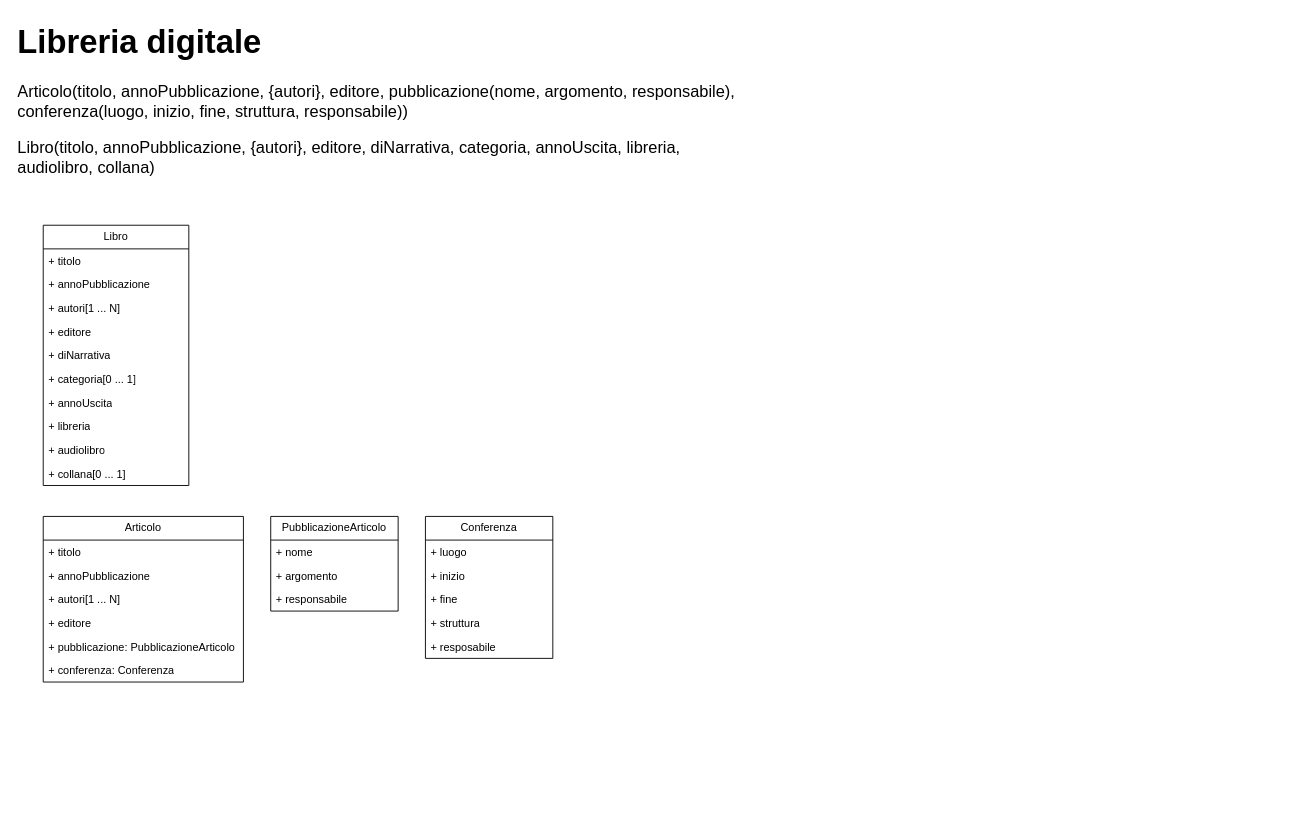
Gabbinetto/draw.io-diagrams keeps this draw.io diagram as database/esercitazione1.drawio. Above is the earlier version. Source tidied: cells renumbered, new cells numbered last; positions are measured from the earlier drawing's top-left corner, leaving out a move shared by most shapes. Both pictures are drawn from the tidied source at 91%, with x=0, y=0 at pixel (15, 15).
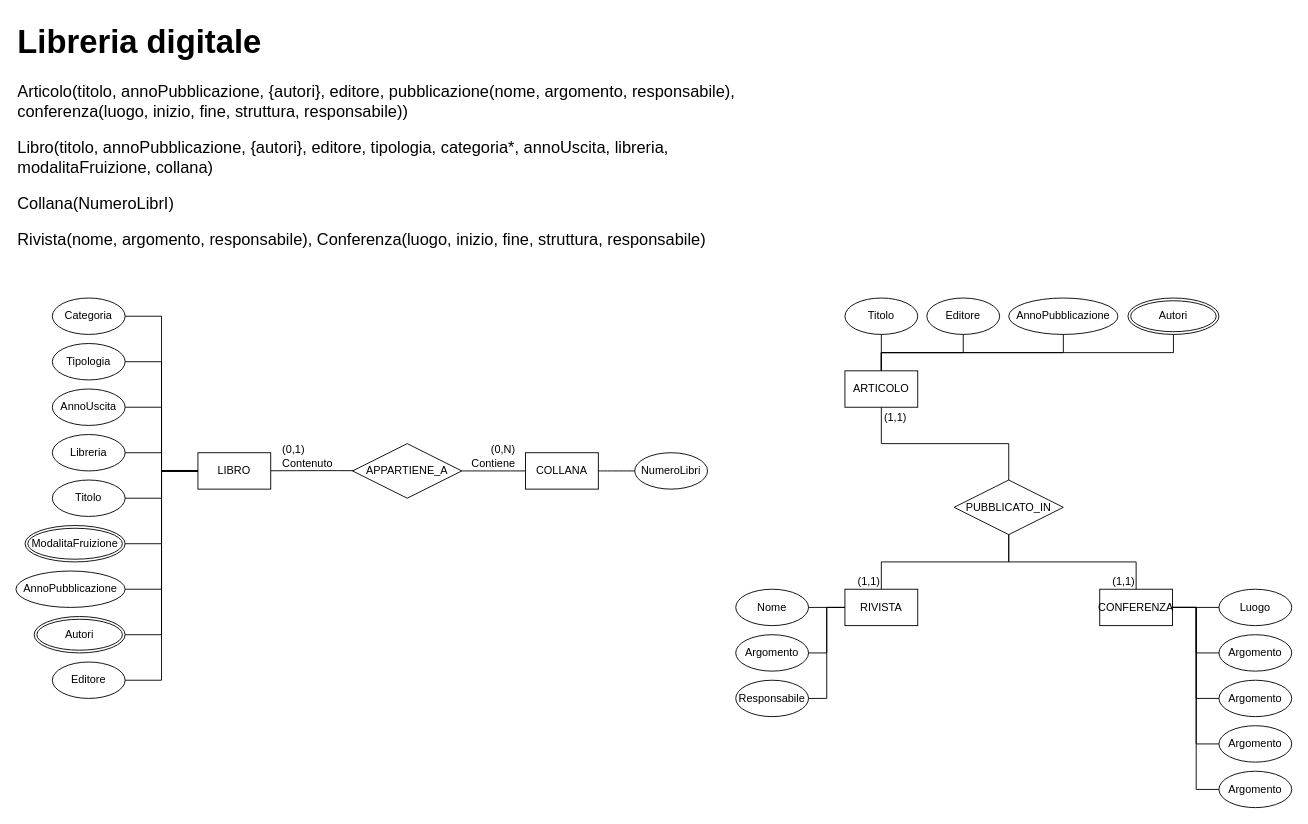
After the change.

The edit, as a diff of the source:
```diff
@@
-    <mxCell id="2" value="&lt;h1 style=&quot;margin-top: 0px;&quot;&gt;Libreria digitale&lt;/h1&gt;&lt;p&gt;Articolo(titolo,&amp;nbsp;annoPubblicazione, {autori}, editore, pubblicazione(nome, argomento, responsabile), conferenza(luogo, inizio, fine, struttura, responsabile))&lt;/p&gt;&lt;p&gt;Libro(titolo, annoPubblicazione, {autori}, editore, diNarrativa, categoria, annoUscita, libreria, audiolibro, collana)&lt;/p&gt;" style="text;html=1;whiteSpace=wrap;overflow=hidden;rounded=0;fontSize=18;" parent="1" vertex="1">
-      <mxGeometry width="810" height="230" as="geometry" />
+    <mxCell id="2" value="&lt;h1 style=&quot;margin-top: 0px;&quot;&gt;Libreria digitale&lt;/h1&gt;&lt;p&gt;Articolo(titolo,&amp;nbsp;annoPubblicazione, {autori}, editore, pubblicazione(nome, argomento, responsabile), conferenza(luogo, inizio, fine, struttura, responsabile))&lt;/p&gt;&lt;p&gt;Libro(titolo, annoPubblicazione, {autori}, editore, tipologia, categoria*, annoUscita, libreria, modalitaFruizione, collana)&lt;/p&gt;&lt;p&gt;Collana(NumeroLibrI)&lt;/p&gt;&lt;p&gt;Rivista(nome, argomento, responsabile), Conferenza(luogo, inizio, fine, struttura, responsabile)&lt;/p&gt;" style="text;html=1;whiteSpace=wrap;overflow=hidden;rounded=0;fontSize=18;" parent="1" vertex="1">
+      <mxGeometry width="810" height="260" as="geometry" />
     </mxCell>
-    <mxCell id="3" value="&lt;div&gt;Libro&lt;/div&gt;" style="swimlane;fontStyle=0;horizontal=1;startSize=26;fillColor=none;whiteSpace=wrap;html=1;" parent="1" vertex="1">
-      <mxGeometry x="30" y="230" width="160" height="286" as="geometry" />
-    </mxCell>
-    <mxCell id="4" value="&lt;div&gt;+ titolo&lt;/div&gt;" style="text;strokeColor=none;fillColor=none;align=left;verticalAlign=top;spacingLeft=4;spacingRight=4;overflow=hidden;whiteSpace=wrap;html=1;" parent="3" vertex="1">
-      <mxGeometry y="26" width="160" height="26" as="geometry" />
-    </mxCell>
-    <mxCell id="5" value="&lt;div&gt;+ annoPubblicazione&lt;/div&gt;" style="text;strokeColor=none;fillColor=none;align=left;verticalAlign=top;spacingLeft=4;spacingRight=4;overflow=hidden;whiteSpace=wrap;html=1;" parent="3" vertex="1">
-      <mxGeometry y="52" width="160" height="26" as="geometry" />
-    </mxCell>
-    <mxCell id="6" value="&lt;div&gt;+ autori[1 ... N]&lt;/div&gt;" style="text;strokeColor=none;fillColor=none;align=left;verticalAlign=top;spacingLeft=4;spacingRight=4;overflow=hidden;whiteSpace=wrap;html=1;" parent="3" vertex="1">
-      <mxGeometry y="78" width="160" height="26" as="geometry" />
-    </mxCell>
-    <mxCell id="7" value="+ editore" style="text;strokeColor=none;fillColor=none;align=left;verticalAlign=top;spacingLeft=4;spacingRight=4;overflow=hidden;whiteSpace=wrap;html=1;" parent="3" vertex="1">
-      <mxGeometry y="104" width="160" height="26" as="geometry" />
-    </mxCell>
-    <mxCell id="8" value="+ diNarrativa" style="text;strokeColor=none;fillColor=none;align=left;verticalAlign=top;spacingLeft=4;spacingRight=4;overflow=hidden;whiteSpace=wrap;html=1;" parent="3" vertex="1">
-      <mxGeometry y="130" width="160" height="26" as="geometry" />
-    </mxCell>
-    <mxCell id="9" value="+ categoria[0 ... 1]" style="text;strokeColor=none;fillColor=none;align=left;verticalAlign=top;spacingLeft=4;spacingRight=4;overflow=hidden;whiteSpace=wrap;html=1;" parent="3" vertex="1">
-      <mxGeometry y="156" width="160" height="26" as="geometry" />
-    </mxCell>
-    <mxCell id="10" value="+ annoUscita" style="text;strokeColor=none;fillColor=none;align=left;verticalAlign=top;spacingLeft=4;spacingRight=4;overflow=hidden;whiteSpace=wrap;html=1;" parent="3" vertex="1">
-      <mxGeometry y="182" width="160" height="26" as="geometry" />
-    </mxCell>
-    <mxCell id="11" value="&lt;div&gt;+ libreria&lt;/div&gt;" style="text;strokeColor=none;fillColor=none;align=left;verticalAlign=top;spacingLeft=4;spacingRight=4;overflow=hidden;whiteSpace=wrap;html=1;" parent="3" vertex="1">
-      <mxGeometry y="208" width="160" height="26" as="geometry" />
-    </mxCell>
-    <mxCell id="12" value="+ audiolibro" style="text;strokeColor=none;fillColor=none;align=left;verticalAlign=top;spacingLeft=4;spacingRight=4;overflow=hidden;whiteSpace=wrap;html=1;" parent="3" vertex="1">
-      <mxGeometry y="234" width="160" height="26" as="geometry" />
-    </mxCell>
-    <mxCell id="13" value="+ collana[0 ... 1]" style="text;strokeColor=none;fillColor=none;align=left;verticalAlign=top;spacingLeft=4;spacingRight=4;overflow=hidden;whiteSpace=wrap;html=1;" parent="3" vertex="1">
-      <mxGeometry y="260" width="160" height="26" as="geometry" />
-    </mxCell>
-    <mxCell id="14" value="&lt;div&gt;Articolo&lt;/div&gt;" style="swimlane;fontStyle=0;horizontal=1;startSize=26;fillColor=none;whiteSpace=wrap;html=1;" parent="1" vertex="1">
-      <mxGeometry x="30" y="550" width="220" height="182" as="geometry" />
-    </mxCell>
-    <mxCell id="15" value="+ titolo" style="text;strokeColor=none;fillColor=none;align=left;verticalAlign=top;spacingLeft=4;spacingRight=4;overflow=hidden;whiteSpace=wrap;html=1;" parent="14" vertex="1">
-      <mxGeometry y="26" width="220" height="26" as="geometry" />
-    </mxCell>
-    <mxCell id="16" value="+ annoPubblicazione" style="text;strokeColor=none;fillColor=none;align=left;verticalAlign=top;spacingLeft=4;spacingRight=4;overflow=hidden;whiteSpace=wrap;html=1;" parent="14" vertex="1">
-      <mxGeometry y="52" width="220" height="26" as="geometry" />
-    </mxCell>
-    <mxCell id="17" value="+ autori[1 ... N]" style="text;strokeColor=none;fillColor=none;align=left;verticalAlign=top;spacingLeft=4;spacingRight=4;overflow=hidden;whiteSpace=wrap;html=1;" parent="14" vertex="1">
-      <mxGeometry y="78" width="220" height="26" as="geometry" />
-    </mxCell>
-    <mxCell id="18" value="+ editore" style="text;strokeColor=none;fillColor=none;align=left;verticalAlign=top;spacingLeft=4;spacingRight=4;overflow=hidden;whiteSpace=wrap;html=1;" parent="14" vertex="1">
-      <mxGeometry y="104" width="220" height="26" as="geometry" />
-    </mxCell>
-    <mxCell id="19" value="+ pubblicazione: PubblicazioneArticolo" style="text;strokeColor=none;fillColor=none;align=left;verticalAlign=top;spacingLeft=4;spacingRight=4;overflow=hidden;whiteSpace=wrap;html=1;" parent="14" vertex="1">
-      <mxGeometry y="130" width="220" height="26" as="geometry" />
-    </mxCell>
-    <mxCell id="20" value="+ conferenza: Conferenza" style="text;strokeColor=none;fillColor=none;align=left;verticalAlign=top;spacingLeft=4;spacingRight=4;overflow=hidden;whiteSpace=wrap;html=1;" parent="14" vertex="1">
-      <mxGeometry y="156" width="220" height="26" as="geometry" />
-    </mxCell>
-    <mxCell id="21" value="PubblicazioneArticolo" style="swimlane;fontStyle=0;horizontal=1;startSize=26;fillColor=none;whiteSpace=wrap;html=1;" parent="1" vertex="1">
-      <mxGeometry x="280" y="550" width="140" height="104" as="geometry" />
-    </mxCell>
-    <mxCell id="22" value="+ nome" style="text;strokeColor=none;fillColor=none;align=left;verticalAlign=top;spacingLeft=4;spacingRight=4;overflow=hidden;whiteSpace=wrap;html=1;" parent="21" vertex="1">
-      <mxGeometry y="26" width="140" height="26" as="geometry" />
-    </mxCell>
-    <mxCell id="23" value="+ argomento" style="text;strokeColor=none;fillColor=none;align=left;verticalAlign=top;spacingLeft=4;spacingRight=4;overflow=hidden;whiteSpace=wrap;html=1;" parent="21" vertex="1">
-      <mxGeometry y="52" width="140" height="26" as="geometry" />
-    </mxCell>
-    <mxCell id="24" value="+ responsabile" style="text;strokeColor=none;fillColor=none;align=left;verticalAlign=top;spacingLeft=4;spacingRight=4;overflow=hidden;whiteSpace=wrap;html=1;" parent="21" vertex="1">
-      <mxGeometry y="78" width="140" height="26" as="geometry" />
-    </mxCell>
-    <mxCell id="25" value="Conferenza" style="swimlane;fontStyle=0;horizontal=1;startSize=26;fillColor=none;whiteSpace=wrap;html=1;" parent="1" vertex="1">
-      <mxGeometry x="450" y="550" width="140" height="156" as="geometry" />
-    </mxCell>
-    <mxCell id="26" value="&lt;div&gt;+ luogo&lt;/div&gt;" style="text;strokeColor=none;fillColor=none;align=left;verticalAlign=top;spacingLeft=4;spacingRight=4;overflow=hidden;whiteSpace=wrap;html=1;" parent="25" vertex="1">
-      <mxGeometry y="26" width="140" height="26" as="geometry" />
-    </mxCell>
-    <mxCell id="27" value="+ inizio" style="text;strokeColor=none;fillColor=none;align=left;verticalAlign=top;spacingLeft=4;spacingRight=4;overflow=hidden;whiteSpace=wrap;html=1;" parent="25" vertex="1">
-      <mxGeometry y="52" width="140" height="26" as="geometry" />
-    </mxCell>
-    <mxCell id="28" value="+ fine" style="text;strokeColor=none;fillColor=none;align=left;verticalAlign=top;spacingLeft=4;spacingRight=4;overflow=hidden;whiteSpace=wrap;html=1;" parent="25" vertex="1">
-      <mxGeometry y="78" width="140" height="26" as="geometry" />
-    </mxCell>
-    <mxCell id="29" value="+ struttura" style="text;strokeColor=none;fillColor=none;align=left;verticalAlign=top;spacingLeft=4;spacingRight=4;overflow=hidden;whiteSpace=wrap;html=1;" parent="25" vertex="1">
-      <mxGeometry y="104" width="140" height="26" as="geometry" />
-    </mxCell>
-    <mxCell id="30" value="+ resposabile" style="text;strokeColor=none;fillColor=none;align=left;verticalAlign=top;spacingLeft=4;spacingRight=4;overflow=hidden;whiteSpace=wrap;html=1;" parent="25" vertex="1">
-      <mxGeometry y="130" width="140" height="26" as="geometry" />
-    </mxCell>
+    <mxCell id="31" value="LIBRO" style="whiteSpace=wrap;html=1;align=center;" parent="1" vertex="1">
+      <mxGeometry x="200" y="480" width="80" height="40" as="geometry" />
+    </mxCell>
+    <mxCell id="32" value="ARTICOLO" style="whiteSpace=wrap;html=1;align=center;" parent="1" vertex="1">
+      <mxGeometry x="911" y="390" width="80" height="40" as="geometry" />
+    </mxCell>
+    <mxCell id="33" value="Titolo" style="ellipse;whiteSpace=wrap;html=1;align=center;" parent="1" vertex="1">
+      <mxGeometry x="40" y="510" width="80" height="40" as="geometry" />
+    </mxCell>
+    <mxCell id="34" value="AnnoPubblicazione" style="ellipse;whiteSpace=wrap;html=1;align=center;" parent="1" vertex="1">
+      <mxGeometry y="610" width="120" height="40" as="geometry" />
+    </mxCell>
+    <mxCell id="35" value="Autori" style="ellipse;shape=doubleEllipse;margin=3;whiteSpace=wrap;html=1;align=center;" parent="1" vertex="1">
+      <mxGeometry x="20" y="660" width="100" height="40" as="geometry" />
+    </mxCell>
+    <mxCell id="36" value="Editore" style="ellipse;whiteSpace=wrap;html=1;align=center;" parent="1" vertex="1">
+      <mxGeometry x="40" y="710" width="80" height="40" as="geometry" />
+    </mxCell>
+    <mxCell id="37" value="Tipologia" style="ellipse;whiteSpace=wrap;html=1;align=center;" parent="1" vertex="1">
+      <mxGeometry x="40" y="360" width="80" height="40" as="geometry" />
+    </mxCell>
+    <mxCell id="38" value="Categoria" style="ellipse;whiteSpace=wrap;html=1;align=center;" parent="1" vertex="1">
+      <mxGeometry x="40" y="310" width="80" height="40" as="geometry" />
+    </mxCell>
+    <mxCell id="39" value="AnnoUscita" style="ellipse;whiteSpace=wrap;html=1;align=center;" parent="1" vertex="1">
+      <mxGeometry x="40" y="410" width="80" height="40" as="geometry" />
+    </mxCell>
+    <mxCell id="40" value="Libreria" style="ellipse;whiteSpace=wrap;html=1;align=center;" parent="1" vertex="1">
+      <mxGeometry x="40" y="460" width="80" height="40" as="geometry" />
+    </mxCell>
+    <mxCell id="41" value="ModalitaFruizione" style="ellipse;shape=doubleEllipse;margin=3;whiteSpace=wrap;html=1;align=center;" parent="1" vertex="1">
+      <mxGeometry x="10" y="560" width="110" height="40" as="geometry" />
+    </mxCell>
+    <mxCell id="42" style="endArrow=none;html=1;rounded=0;fontSize=12;startSize=8;endSize=8;jumpStyle=none;flowAnimation=0;edgeStyle=elbowEdgeStyle;" parent="1" edge="1" source="38" target="31">
+      <mxGeometry relative="1" as="geometry" />
+    </mxCell>
+    <mxCell id="43" style="endArrow=none;html=1;rounded=0;fontSize=12;startSize=8;endSize=8;edgeStyle=elbowEdgeStyle;" parent="1" edge="1" source="37" target="31">
+      <mxGeometry relative="1" as="geometry" />
+    </mxCell>
+    <mxCell id="44" style="endArrow=none;html=1;rounded=0;fontSize=12;startSize=8;endSize=8;edgeStyle=elbowEdgeStyle;" parent="1" edge="1" source="40" target="31">
+      <mxGeometry relative="1" as="geometry" />
+    </mxCell>
+    <mxCell id="45" style="endArrow=none;html=1;rounded=0;fontSize=12;startSize=8;endSize=8;edgeStyle=elbowEdgeStyle;" parent="1" edge="1" source="39" target="31">
+      <mxGeometry relative="1" as="geometry" />
+    </mxCell>
+    <mxCell id="46" style="endArrow=none;html=1;rounded=0;fontSize=12;startSize=8;endSize=8;edgeStyle=elbowEdgeStyle;" parent="1" edge="1" source="33" target="31">
+      <mxGeometry relative="1" as="geometry" />
+    </mxCell>
+    <mxCell id="47" style="endArrow=none;html=1;rounded=0;fontSize=12;startSize=8;endSize=8;edgeStyle=elbowEdgeStyle;" parent="1" edge="1" source="41" target="31">
+      <mxGeometry relative="1" as="geometry" />
+    </mxCell>
+    <mxCell id="48" style="endArrow=none;html=1;rounded=0;fontSize=12;startSize=8;endSize=8;edgeStyle=elbowEdgeStyle;" parent="1" edge="1" source="34" target="31">
+      <mxGeometry relative="1" as="geometry" />
+    </mxCell>
+    <mxCell id="49" style="endArrow=none;html=1;rounded=0;fontSize=12;startSize=8;endSize=8;edgeStyle=elbowEdgeStyle;" parent="1" edge="1" source="35" target="31">
+      <mxGeometry relative="1" as="geometry" />
+    </mxCell>
+    <mxCell id="50" style="endArrow=none;html=1;rounded=0;fontSize=12;startSize=8;endSize=8;edgeStyle=elbowEdgeStyle;" parent="1" edge="1" source="36" target="31">
+      <mxGeometry relative="1" as="geometry" />
+    </mxCell>
+    <mxCell id="51" value="COLLANA" style="whiteSpace=wrap;html=1;align=center;" parent="1" vertex="1">
+      <mxGeometry x="560" y="480" width="80" height="40" as="geometry" />
+    </mxCell>
+    <mxCell id="52" value="NumeroLibri" style="ellipse;whiteSpace=wrap;html=1;align=center;" parent="1" vertex="1">
+      <mxGeometry x="680" y="480" width="80" height="40" as="geometry" />
+    </mxCell>
+    <mxCell id="53" value="APPARTIENE_A" style="shape=rhombus;perimeter=rhombusPerimeter;whiteSpace=wrap;html=1;align=center;" parent="1" vertex="1">
+      <mxGeometry x="370" y="470" width="120" height="60" as="geometry" />
+    </mxCell>
+    <mxCell id="54" style="endArrow=none;html=1;rounded=0;fontSize=12;startSize=8;endSize=8;curved=1;" parent="1" edge="1" source="31" target="53">
+      <mxGeometry relative="1" as="geometry">
+        <Array as="points">
+          <mxPoint x="340" y="499.6" />
+        </Array>
+      </mxGeometry>
+    </mxCell>
+    <mxCell id="55" value="(0,1)&lt;br&gt;Contenuto" style="html=1;whiteSpace=wrap;align=left;verticalAlign=bottom;" parent="54" vertex="1">
+      <mxGeometry x="1" relative="1" as="geometry">
+        <mxPoint x="-80" as="offset" />
+      </mxGeometry>
+    </mxCell>
+    <mxCell id="56" style="endArrow=none;html=1;rounded=0;fontSize=12;startSize=8;endSize=8;curved=1;" parent="1" edge="1" source="53" target="51">
+      <mxGeometry relative="1" as="geometry" />
+    </mxCell>
+    <mxCell id="57" value="(0,N)&lt;br&gt;Contiene" style="html=1;whiteSpace=wrap;align=right;verticalAlign=bottom;" parent="56" vertex="1">
+      <mxGeometry x="1" relative="1" as="geometry">
+        <mxPoint x="-10" as="offset" />
+      </mxGeometry>
+    </mxCell>
+    <mxCell id="58" style="endArrow=none;html=1;rounded=0;fontSize=12;startSize=8;endSize=8;curved=1;" parent="1" edge="1" source="51" target="52">
+      <mxGeometry relative="1" as="geometry" />
+    </mxCell>
+    <mxCell id="59" value="Titolo" style="ellipse;whiteSpace=wrap;html=1;align=center;" parent="1" vertex="1">
+      <mxGeometry x="911" y="310" width="80" height="40" as="geometry" />
+    </mxCell>
+    <mxCell id="60" value="AnnoPubblicazione" style="ellipse;whiteSpace=wrap;html=1;align=center;" parent="1" vertex="1">
+      <mxGeometry x="1091" y="310" width="120" height="40" as="geometry" />
+    </mxCell>
+    <mxCell id="61" value="Autori" style="ellipse;shape=doubleEllipse;margin=3;whiteSpace=wrap;html=1;align=center;" parent="1" vertex="1">
+      <mxGeometry x="1222" y="310" width="100" height="40" as="geometry" />
+    </mxCell>
+    <mxCell id="62" value="Editore" style="ellipse;whiteSpace=wrap;html=1;align=center;" parent="1" vertex="1">
+      <mxGeometry x="1001" y="310" width="80" height="40" as="geometry" />
+    </mxCell>
+    <mxCell id="63" style="endArrow=none;html=1;rounded=0;fontSize=12;startSize=8;endSize=8;edgeStyle=elbowEdgeStyle;elbow=vertical;" parent="1" edge="1" source="32" target="59">
+      <mxGeometry relative="1" as="geometry" />
+    </mxCell>
+    <mxCell id="64" style="endArrow=none;html=1;rounded=0;fontSize=12;startSize=8;endSize=8;edgeStyle=elbowEdgeStyle;elbow=vertical;" parent="1" edge="1" source="32" target="62">
+      <mxGeometry relative="1" as="geometry" />
+    </mxCell>
+    <mxCell id="65" style="endArrow=none;html=1;rounded=0;fontSize=12;startSize=8;endSize=8;edgeStyle=elbowEdgeStyle;elbow=vertical;" parent="1" edge="1" source="32" target="60">
+      <mxGeometry relative="1" as="geometry" />
+    </mxCell>
+    <mxCell id="66" style="endArrow=none;html=1;rounded=0;fontSize=12;startSize=8;endSize=8;edgeStyle=elbowEdgeStyle;elbow=vertical;" parent="1" edge="1" source="32" target="61">
+      <mxGeometry relative="1" as="geometry" />
+    </mxCell>
+    <mxCell id="67" value="RIVISTA" style="whiteSpace=wrap;html=1;align=center;" parent="1" vertex="1">
+      <mxGeometry x="911" y="630" width="80" height="40" as="geometry" />
+    </mxCell>
+    <mxCell id="68" value="CONFERENZA" style="whiteSpace=wrap;html=1;align=center;" parent="1" vertex="1">
+      <mxGeometry x="1191" y="630" width="80" height="40" as="geometry" />
+    </mxCell>
+    <mxCell id="69" value="Nome" style="ellipse;whiteSpace=wrap;html=1;align=center;" parent="1" vertex="1">
+      <mxGeometry x="791" y="630" width="80" height="40" as="geometry" />
+    </mxCell>
+    <mxCell id="70" value="Argomento" style="ellipse;whiteSpace=wrap;html=1;align=center;" parent="1" vertex="1">
+      <mxGeometry x="791" y="680" width="80" height="40" as="geometry" />
+    </mxCell>
+    <mxCell id="71" value="Responsabile" style="ellipse;whiteSpace=wrap;html=1;align=center;" parent="1" vertex="1">
+      <mxGeometry x="791" y="730" width="80" height="40" as="geometry" />
+    </mxCell>
+    <mxCell id="72" value="Luogo" style="ellipse;whiteSpace=wrap;html=1;align=center;" parent="1" vertex="1">
+      <mxGeometry x="1322" y="630" width="80" height="40" as="geometry" />
+    </mxCell>
+    <mxCell id="73" value="Argomento" style="ellipse;whiteSpace=wrap;html=1;align=center;" parent="1" vertex="1">
+      <mxGeometry x="1322" y="680" width="80" height="40" as="geometry" />
+    </mxCell>
+    <mxCell id="74" value="Argomento" style="ellipse;whiteSpace=wrap;html=1;align=center;" parent="1" vertex="1">
+      <mxGeometry x="1322" y="730" width="80" height="40" as="geometry" />
+    </mxCell>
+    <mxCell id="75" value="Argomento" style="ellipse;whiteSpace=wrap;html=1;align=center;" parent="1" vertex="1">
+      <mxGeometry x="1322" y="780" width="80" height="40" as="geometry" />
+    </mxCell>
+    <mxCell id="76" value="Argomento" style="ellipse;whiteSpace=wrap;html=1;align=center;" parent="1" vertex="1">
+      <mxGeometry x="1322" y="830" width="80" height="40" as="geometry" />
+    </mxCell>
+    <mxCell id="77" value="PUBBLICATO_IN" style="shape=rhombus;perimeter=rhombusPerimeter;whiteSpace=wrap;html=1;align=center;" parent="1" vertex="1">
+      <mxGeometry x="1031" y="510" width="120" height="60" as="geometry" />
+    </mxCell>
+    <mxCell id="78" style="endArrow=none;html=1;rounded=0;fontSize=12;startSize=8;endSize=8;edgeStyle=elbowEdgeStyle;" parent="1" edge="1" source="69" target="67">
+      <mxGeometry relative="1" as="geometry" />
+    </mxCell>
+    <mxCell id="79" style="endArrow=none;html=1;rounded=0;fontSize=12;startSize=8;endSize=8;edgeStyle=elbowEdgeStyle;" parent="1" edge="1" source="70" target="67">
+      <mxGeometry relative="1" as="geometry" />
+    </mxCell>
+    <mxCell id="80" style="endArrow=none;html=1;rounded=0;fontSize=12;startSize=8;endSize=8;edgeStyle=elbowEdgeStyle;" parent="1" edge="1" source="71" target="67">
+      <mxGeometry relative="1" as="geometry" />
+    </mxCell>
+    <mxCell id="81" style="endArrow=none;html=1;rounded=0;fontSize=12;startSize=8;endSize=8;edgeStyle=elbowEdgeStyle;" parent="1" edge="1" source="68" target="72">
+      <mxGeometry relative="1" as="geometry" />
+    </mxCell>
+    <mxCell id="82" style="endArrow=none;html=1;rounded=0;fontSize=12;startSize=8;endSize=8;edgeStyle=elbowEdgeStyle;" parent="1" edge="1" source="68" target="73">
+      <mxGeometry relative="1" as="geometry" />
+    </mxCell>
+    <mxCell id="83" style="endArrow=none;html=1;rounded=0;fontSize=12;startSize=8;endSize=8;edgeStyle=elbowEdgeStyle;" parent="1" edge="1" source="68" target="74">
+      <mxGeometry relative="1" as="geometry" />
+    </mxCell>
+    <mxCell id="84" style="endArrow=none;html=1;rounded=0;fontSize=12;startSize=8;endSize=8;edgeStyle=elbowEdgeStyle;" parent="1" edge="1" source="68" target="75">
+      <mxGeometry relative="1" as="geometry" />
+    </mxCell>
+    <mxCell id="85" style="endArrow=none;html=1;rounded=0;fontSize=12;startSize=8;endSize=8;edgeStyle=elbowEdgeStyle;" parent="1" edge="1" source="68" target="76">
+      <mxGeometry relative="1" as="geometry" />
+    </mxCell>
+    <mxCell id="86" style="endArrow=none;html=1;rounded=0;fontSize=12;startSize=8;endSize=8;edgeStyle=elbowEdgeStyle;elbow=vertical;" parent="1" edge="1" source="77" target="32">
+      <mxGeometry relative="1" as="geometry" />
+    </mxCell>
+    <mxCell id="87" value="(1,1)" style="html=1;whiteSpace=wrap;align=right;verticalAlign=bottom;" parent="86" vertex="1">
+      <mxGeometry x="1" relative="1" as="geometry">
+        <mxPoint x="29" y="20" as="offset" />
+      </mxGeometry>
+    </mxCell>
+    <mxCell id="88" style="endArrow=none;html=1;rounded=0;fontSize=12;startSize=8;endSize=8;edgeStyle=elbowEdgeStyle;elbow=vertical;" parent="1" edge="1" source="77" target="67">
+      <mxGeometry relative="1" as="geometry" />
+    </mxCell>
+    <mxCell id="89" value="(1,1)" style="html=1;whiteSpace=wrap;align=right;verticalAlign=bottom;" parent="88" vertex="1">
+      <mxGeometry x="1" relative="1" as="geometry" />
+    </mxCell>
+    <mxCell id="90" style="endArrow=none;html=1;rounded=0;fontSize=12;startSize=8;endSize=8;edgeStyle=elbowEdgeStyle;elbow=vertical;" parent="1" edge="1" source="77" target="68">
+      <mxGeometry relative="1" as="geometry" />
+    </mxCell>
+    <mxCell id="91" value="(1,1)" style="html=1;whiteSpace=wrap;align=right;verticalAlign=bottom;" parent="90" vertex="1">
+      <mxGeometry x="1" relative="1" as="geometry" />
+    </mxCell>
```
